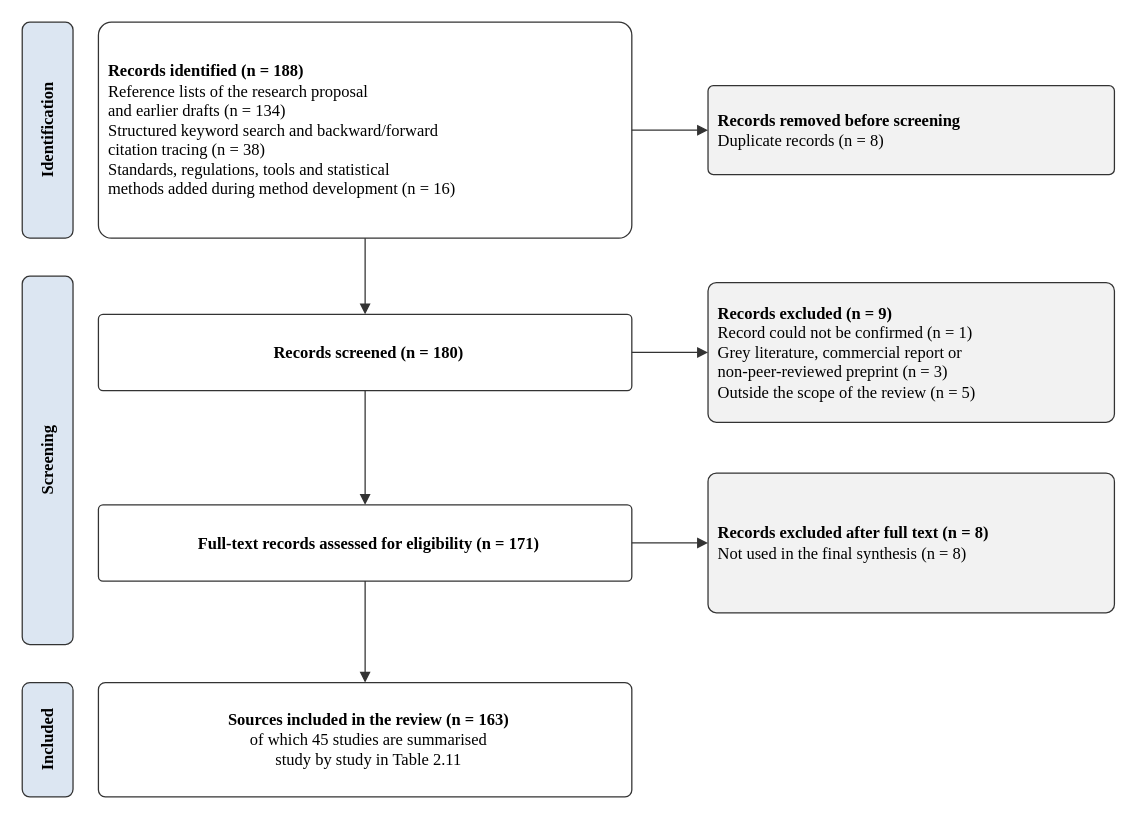
The draw.io diagram figures/fig2_1_prisma.drawio in RukhDaud/saai-quantum-thesis, before the edit. Source tidied: cells renumbered, new cells numbered last; positions are measured from the earlier drawing's top-left corner, leaving out a move shared by most shapes. Both pictures are drawn from the tidied source at 127%, with x=0, y=0 at pixel (22, 22).
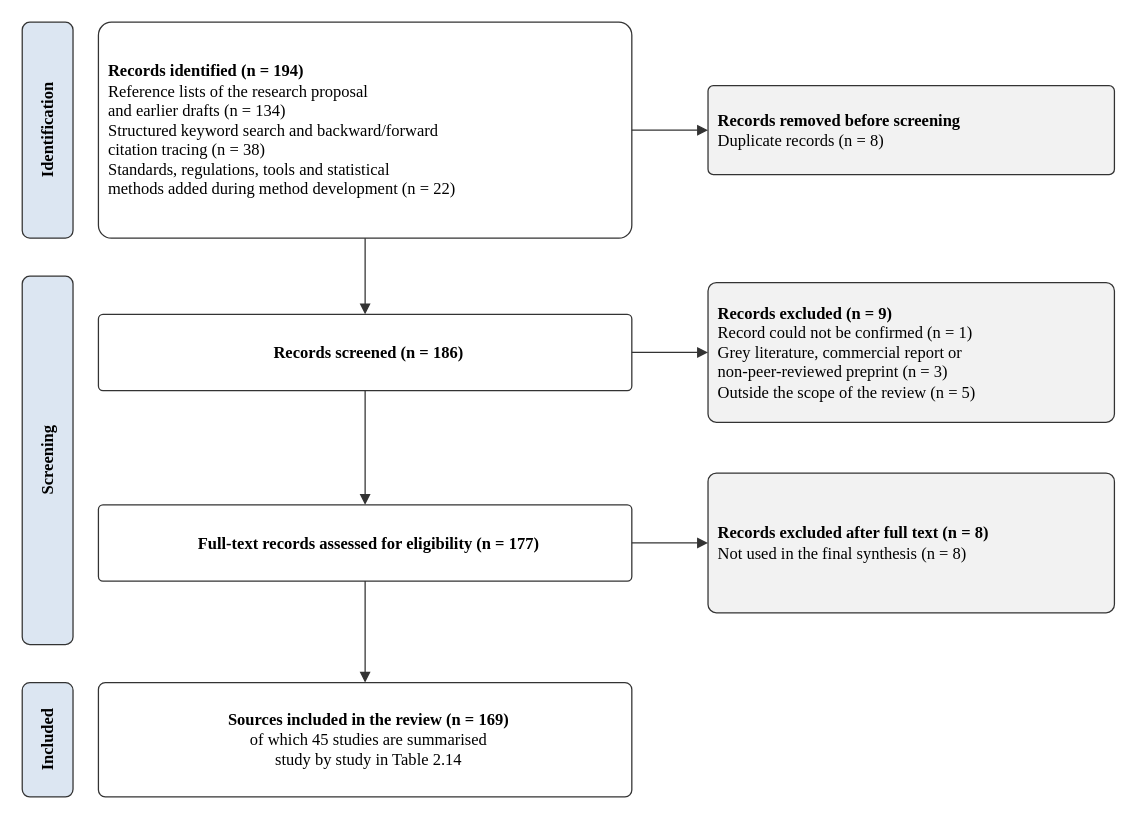
The same page after the edit.

Change to the diagram source:
```diff
@@
 <mxGraphModel>
   <root>
     <mxCell id="0" />
     <mxCell id="1" parent="0" />
     <mxCell id="2" value="&lt;b&gt;Identification&lt;/b&gt;" style="rounded=1;whiteSpace=wrap;html=1;fillColor=#DCE6F2;strokeColor=#333333;fontFamily=Times New Roman;fontSize=13;horizontal=0;" parent="1" vertex="1">
       <mxGeometry width="40" height="170" as="geometry" />
     </mxCell>
     <mxCell id="3" value="&lt;b&gt;Screening&lt;/b&gt;" style="rounded=1;whiteSpace=wrap;html=1;fillColor=#DCE6F2;strokeColor=#333333;fontFamily=Times New Roman;fontSize=13;horizontal=0;" parent="1" vertex="1">
       <mxGeometry y="200" width="40" height="290" as="geometry" />
     </mxCell>
     <mxCell id="4" value="&lt;b&gt;Included&lt;/b&gt;" style="rounded=1;whiteSpace=wrap;html=1;fillColor=#DCE6F2;strokeColor=#333333;fontFamily=Times New Roman;fontSize=13;horizontal=0;" parent="1" vertex="1">
       <mxGeometry y="520" width="40" height="90" as="geometry" />
     </mxCell>
-    <mxCell id="5" value="&lt;b&gt;Records identified (n = 188)&lt;/b&gt;&lt;br&gt;Reference lists of the research proposal&lt;br&gt;and earlier drafts (n = 134)&lt;br&gt;Structured keyword search and backward/forward&lt;br&gt;citation tracing (n = 38)&lt;br&gt;Standards, regulations, tools and statistical&lt;br&gt;methods added during method development (n = 16)" style="rounded=1;whiteSpace=wrap;html=1;fillColor=#FFFFFF;strokeColor=#333333;fontFamily=Times New Roman;fontSize=13;align=left;spacingLeft=6;arcSize=6;" parent="1" vertex="1">
+    <mxCell id="5" value="&lt;b&gt;Records identified (n = 194)&lt;/b&gt;&lt;br&gt;Reference lists of the research proposal&lt;br&gt;and earlier drafts (n = 134)&lt;br&gt;Structured keyword search and backward/forward&lt;br&gt;citation tracing (n = 38)&lt;br&gt;Standards, regulations, tools and statistical&lt;br&gt;methods added during method development (n = 22)" style="rounded=1;whiteSpace=wrap;html=1;fillColor=#FFFFFF;strokeColor=#333333;fontFamily=Times New Roman;fontSize=13;align=left;spacingLeft=6;arcSize=6;" parent="1" vertex="1">
       <mxGeometry x="60" width="420" height="170" as="geometry" />
     </mxCell>
     <mxCell id="6" value="&lt;b&gt;Records removed before screening&lt;/b&gt;&lt;br&gt;Duplicate records (n = 8)" style="rounded=1;whiteSpace=wrap;html=1;fillColor=#F2F2F2;strokeColor=#333333;fontFamily=Times New Roman;fontSize=13;align=left;spacingLeft=6;arcSize=6;" parent="1" vertex="1">
       <mxGeometry x="540" y="50" width="320" height="70" as="geometry" />
     </mxCell>
-    <mxCell id="7" value="&lt;b&gt;Records screened (n = 180)&lt;/b&gt;" style="rounded=1;whiteSpace=wrap;html=1;fillColor=#FFFFFF;strokeColor=#333333;fontFamily=Times New Roman;fontSize=13;align=center;spacingLeft=6;arcSize=6;" parent="1" vertex="1">
+    <mxCell id="7" value="&lt;b&gt;Records screened (n = 186)&lt;/b&gt;" style="rounded=1;whiteSpace=wrap;html=1;fillColor=#FFFFFF;strokeColor=#333333;fontFamily=Times New Roman;fontSize=13;align=center;spacingLeft=6;arcSize=6;" parent="1" vertex="1">
       <mxGeometry x="60" y="230" width="420" height="60" as="geometry" />
     </mxCell>
     <mxCell id="8" value="&lt;b&gt;Records excluded (n = 9)&lt;/b&gt;&lt;br&gt;Record could not be confirmed (n = 1)&lt;br&gt;Grey literature, commercial report or&lt;br&gt;non-peer-reviewed preprint (n = 3)&lt;br&gt;Outside the scope of the review (n = 5)" style="rounded=1;whiteSpace=wrap;html=1;fillColor=#F2F2F2;strokeColor=#333333;fontFamily=Times New Roman;fontSize=13;align=left;spacingLeft=6;arcSize=6;" parent="1" vertex="1">
       <mxGeometry x="540" y="205" width="320" height="110" as="geometry" />
     </mxCell>
-    <mxCell id="9" value="&lt;b&gt;Full-text records assessed for eligibility (n = 171)&lt;/b&gt;" style="rounded=1;whiteSpace=wrap;html=1;fillColor=#FFFFFF;strokeColor=#333333;fontFamily=Times New Roman;fontSize=13;align=center;spacingLeft=6;arcSize=6;" parent="1" vertex="1">
+    <mxCell id="9" value="&lt;b&gt;Full-text records assessed for eligibility (n = 177)&lt;/b&gt;" style="rounded=1;whiteSpace=wrap;html=1;fillColor=#FFFFFF;strokeColor=#333333;fontFamily=Times New Roman;fontSize=13;align=center;spacingLeft=6;arcSize=6;" parent="1" vertex="1">
       <mxGeometry x="60" y="380" width="420" height="60" as="geometry" />
     </mxCell>
     <mxCell id="10" value="&lt;b&gt;Records excluded after full text (n = 8)&lt;/b&gt;&lt;br&gt;Not used in the final synthesis (n = 8)" style="rounded=1;whiteSpace=wrap;html=1;fillColor=#F2F2F2;strokeColor=#333333;fontFamily=Times New Roman;fontSize=13;align=left;spacingLeft=6;arcSize=6;" parent="1" vertex="1">
       <mxGeometry x="540" y="355" width="320" height="110" as="geometry" />
     </mxCell>
-    <mxCell id="11" value="&lt;b&gt;Sources included in the review (n = 163)&lt;/b&gt;&lt;br&gt;of which 45 studies are summarised&lt;br&gt;study by study in Table 2.11" style="rounded=1;whiteSpace=wrap;html=1;fillColor=#FFFFFF;strokeColor=#333333;fontFamily=Times New Roman;fontSize=13;align=center;spacingLeft=6;arcSize=6;" parent="1" vertex="1">
+    <mxCell id="11" value="&lt;b&gt;Sources included in the review (n = 169)&lt;/b&gt;&lt;br&gt;of which 45 studies are summarised&lt;br&gt;study by study in Table 2.14" style="rounded=1;whiteSpace=wrap;html=1;fillColor=#FFFFFF;strokeColor=#333333;fontFamily=Times New Roman;fontSize=13;align=center;spacingLeft=6;arcSize=6;" parent="1" vertex="1">
       <mxGeometry x="60" y="520" width="420" height="90" as="geometry" />
     </mxCell>
     <mxCell id="12" style="edgeStyle=orthogonalEdgeStyle;rounded=0;html=1;endArrow=block;endFill=1;strokeColor=#333333;exitX=0.5;exitY=1;entryX=0.5;entryY=0;fontFamily=Times New Roman;fontSize=11;fontStyle=2;" parent="1" edge="1" source="5" target="7">
       <mxGeometry relative="1" as="geometry" />
     </mxCell>
     <mxCell id="13" style="edgeStyle=orthogonalEdgeStyle;rounded=0;html=1;endArrow=block;endFill=1;strokeColor=#333333;exitX=1;exitY=0.5;entryX=0;entryY=0.5;fontFamily=Times New Roman;fontSize=11;fontStyle=2;" parent="1" edge="1" source="5" target="6">
       <mxGeometry relative="1" as="geometry" />
     </mxCell>
     <mxCell id="14" style="edgeStyle=orthogonalEdgeStyle;rounded=0;html=1;endArrow=block;endFill=1;strokeColor=#333333;exitX=0.5;exitY=1;entryX=0.5;entryY=0;fontFamily=Times New Roman;fontSize=11;fontStyle=2;" parent="1" edge="1" source="7" target="9">
       <mxGeometry relative="1" as="geometry" />
     </mxCell>
     <mxCell id="15" style="edgeStyle=orthogonalEdgeStyle;rounded=0;html=1;endArrow=block;endFill=1;strokeColor=#333333;exitX=1;exitY=0.5;entryX=0;entryY=0.5;fontFamily=Times New Roman;fontSize=11;fontStyle=2;" parent="1" edge="1" source="7" target="8">
       <mxGeometry relative="1" as="geometry" />
     </mxCell>
     <mxCell id="16" style="edgeStyle=orthogonalEdgeStyle;rounded=0;html=1;endArrow=block;endFill=1;strokeColor=#333333;exitX=0.5;exitY=1;entryX=0.5;entryY=0;fontFamily=Times New Roman;fontSize=11;fontStyle=2;" parent="1" edge="1" source="9" target="11">
       <mxGeometry relative="1" as="geometry" />
     </mxCell>
     <mxCell id="17" style="edgeStyle=orthogonalEdgeStyle;rounded=0;html=1;endArrow=block;endFill=1;strokeColor=#333333;exitX=1;exitY=0.5;entryX=0;entryY=0.5;fontFamily=Times New Roman;fontSize=11;fontStyle=2;" parent="1" edge="1" source="9" target="10">
       <mxGeometry relative="1" as="geometry" />
     </mxCell>
   </root>
 </mxGraphModel>
```
